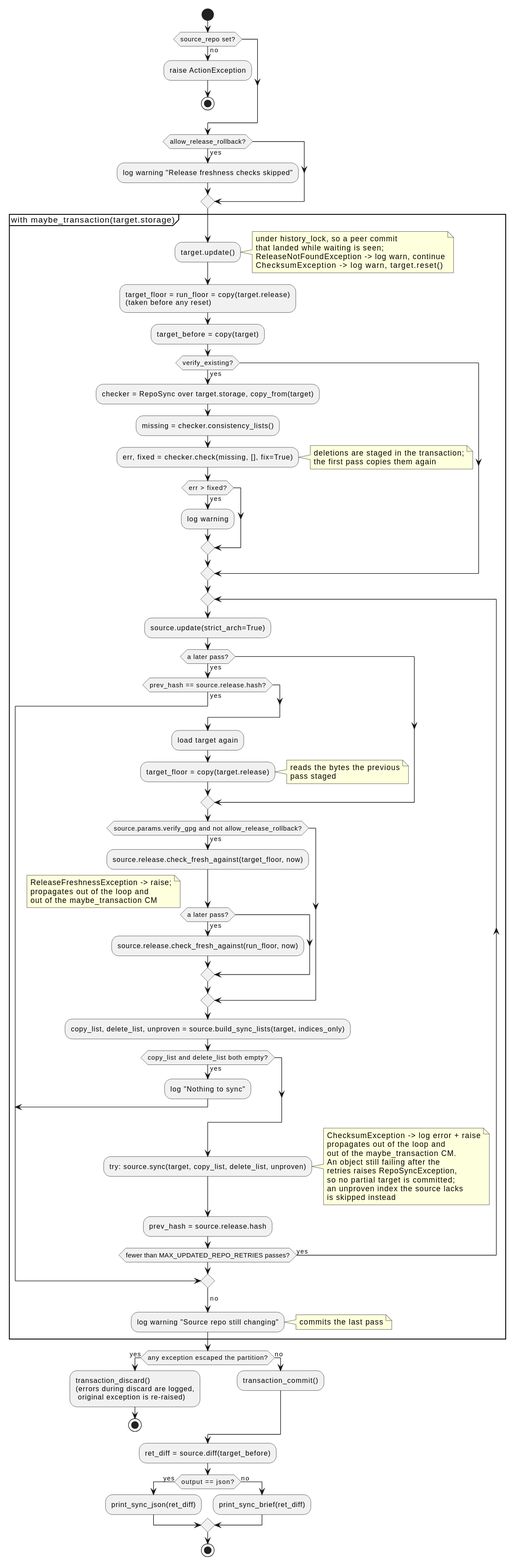
vinklat/debkit keeps this PlantUML diagram as docs/development/diagrams/action-sync-activity.svg. Above is the earlier version. Its source is kept beside it as docs/development/diagrams/action-sync-activity.puml.
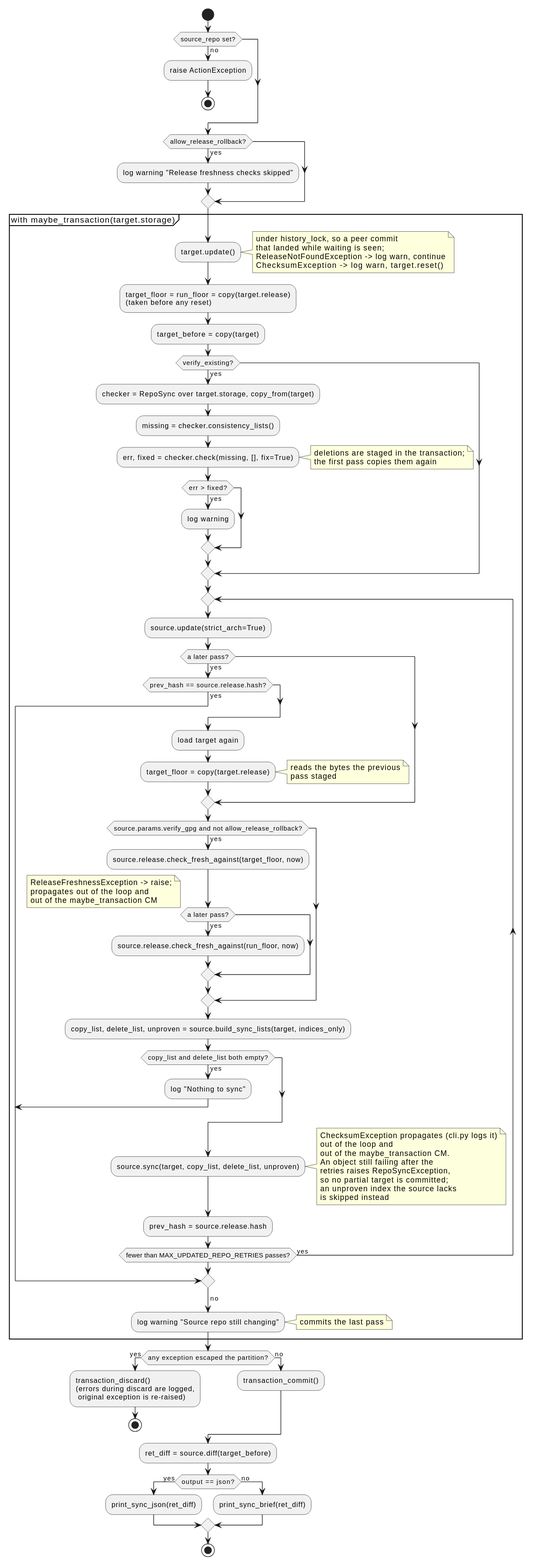
Above is the later version.

What changed in the source:
```diff
@@ -58,10 +58,10 @@
       :log "Nothing to sync";
       break
     endif
-    :try: source.sync(target, copy_list, delete_list, unproven);
+    :source.sync(target, copy_list, delete_list, unproven);
     note right
-      ChecksumException -> log error + raise
-      propagates out of the loop and
+      ChecksumException propagates (cli.py logs it)
+      out of the loop and
       out of the maybe_transaction CM.
       An object still failing after the
       retries raises RepoSyncException,
```
